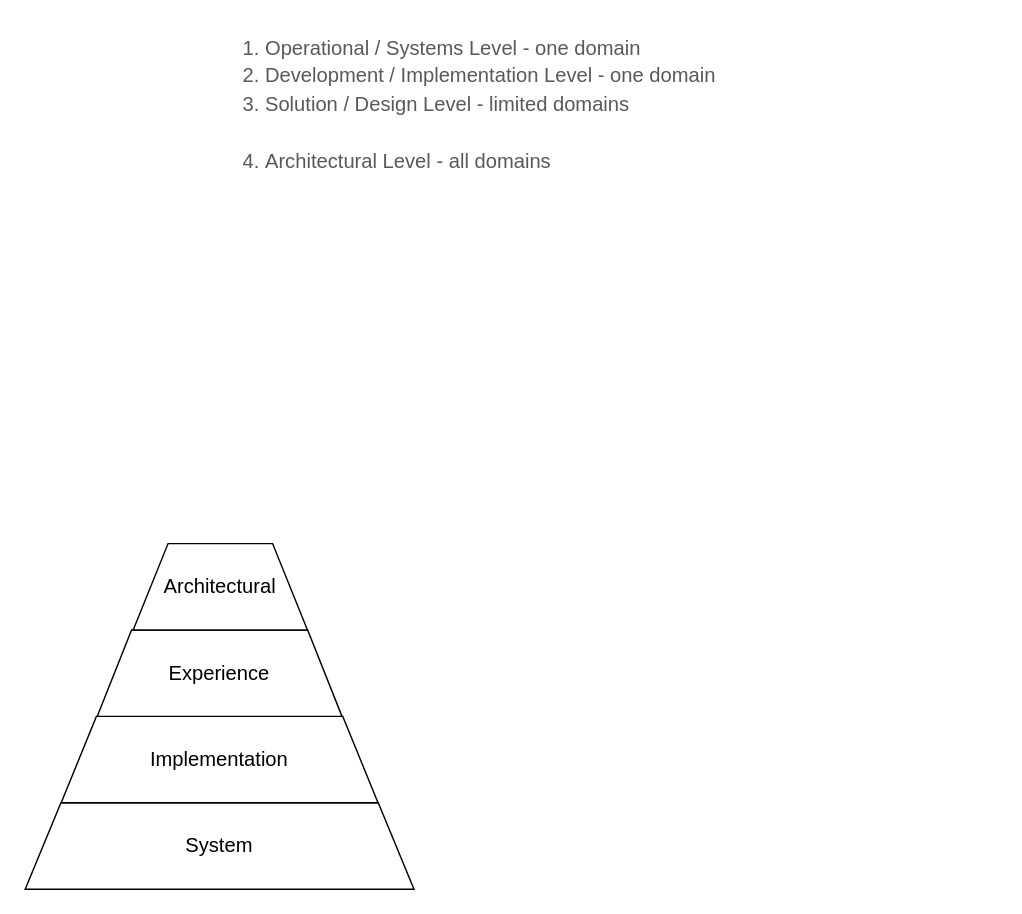
The draw.io diagram page "Architecture" (2 of 2) of _gxp/diagrams/GXP-Model-Layers.drawio in governance-foundation/governance.foundation, before the edit. Source tidied: cells renumbered, new cells numbered last; positions are measured from the earlier drawing's top-left corner, leaving out a move shared by most shapes. Both pictures are drawn from the tidied source at 144%, with x=0, y=0 at pixel (24, 24).
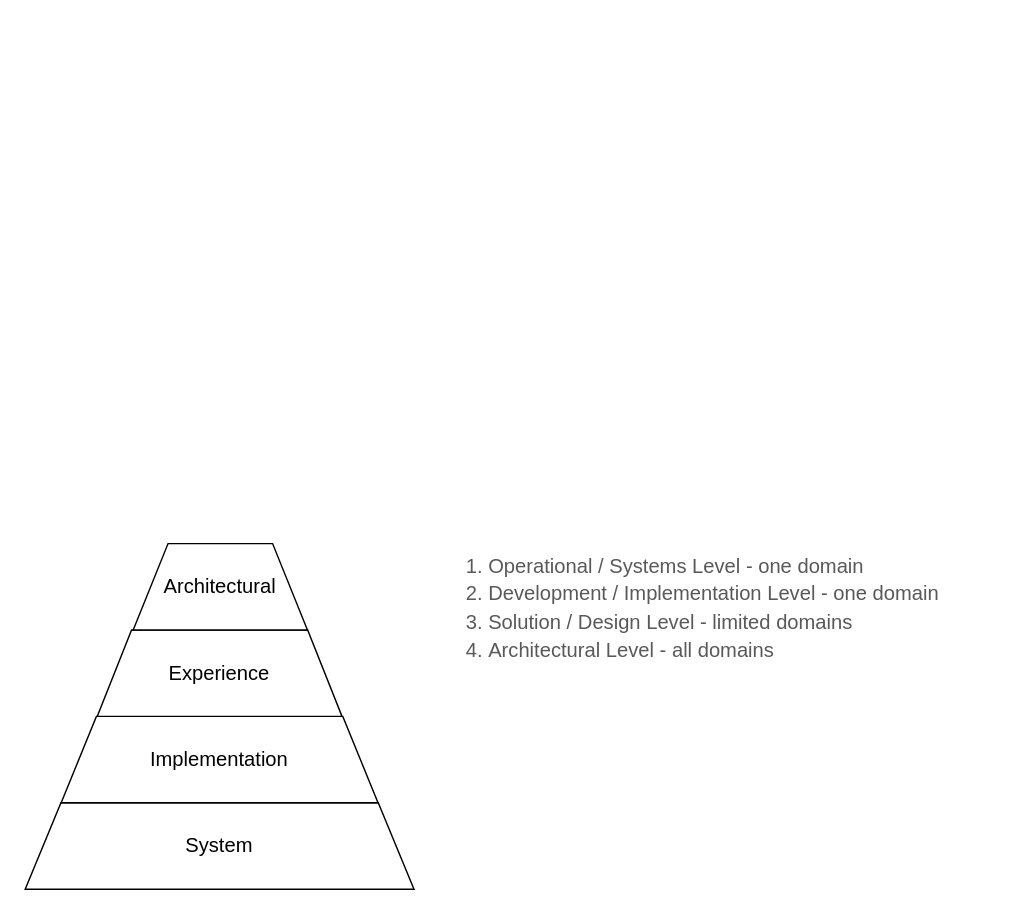
After the change.

Change to the diagram source:
```diff
@@
 <mxGraphModel>
   <root>
     <mxCell id="0" />
     <mxCell id="1" parent="0" />
-    <mxCell id="2" value="&lt;b style=&quot;font-weight: normal; font-size: 14px;&quot; id=&quot;docs-internal-guid-a7b98ace-7fff-68f6-052d-10581b2ae7f4&quot;&gt;&lt;ol style=&quot;margin-top: 0px; margin-bottom: 0px; font-size: 14px;&quot;&gt;&lt;li dir=&quot;ltr&quot; style=&quot;list-style-type: decimal; font-size: 14px; font-family: arial; color: rgb(89, 89, 89); background-color: transparent; font-weight: 400; font-style: normal; font-variant: normal; text-decoration: none; vertical-align: baseline;&quot;&gt;&lt;p dir=&quot;ltr&quot; style=&quot;line-height: 1.38; margin-top: 0pt; margin-bottom: 0pt; font-size: 14px;&quot;&gt;&lt;span style=&quot;font-size: 14px; font-family: arial; color: rgb(89, 89, 89); background-color: transparent; font-weight: 400; font-style: normal; font-variant: normal; text-decoration: none; vertical-align: baseline;&quot;&gt;Operational / Systems Level - one domain&lt;/span&gt;&lt;/p&gt;&lt;/li&gt;&lt;li dir=&quot;ltr&quot; style=&quot;list-style-type: decimal; font-size: 14px; font-family: arial; color: rgb(89, 89, 89); background-color: transparent; font-weight: 400; font-style: normal; font-variant: normal; text-decoration: none; vertical-align: baseline;&quot;&gt;&lt;p dir=&quot;ltr&quot; style=&quot;line-height: 1.38; margin-top: 0pt; margin-bottom: 0pt; font-size: 14px;&quot;&gt;&lt;span style=&quot;font-size: 14px; font-family: arial; color: rgb(89, 89, 89); background-color: transparent; font-weight: 400; font-style: normal; font-variant: normal; text-decoration: none; vertical-align: baseline;&quot;&gt;Development / Implementation Level - one domain&lt;/span&gt;&lt;/p&gt;&lt;/li&gt;&lt;li dir=&quot;ltr&quot; style=&quot;list-style-type: decimal; font-size: 14px; font-family: arial; color: rgb(89, 89, 89); background-color: transparent; font-weight: 400; font-style: normal; font-variant: normal; text-decoration: none; vertical-align: baseline;&quot;&gt;&lt;p dir=&quot;ltr&quot; style=&quot;line-height: 1.38; margin-top: 0pt; margin-bottom: 16pt; font-size: 14px;&quot;&gt;&lt;span style=&quot;font-size: 14px; font-family: arial; color: rgb(89, 89, 89); background-color: transparent; font-weight: 400; font-style: normal; font-variant: normal; text-decoration: none; vertical-align: baseline;&quot;&gt;Solution / Design Level - limited domains&lt;/span&gt;&lt;/p&gt;&lt;/li&gt;&lt;li dir=&quot;ltr&quot; style=&quot;list-style-type: decimal; font-size: 14px; font-family: arial; color: rgb(89, 89, 89); background-color: transparent; font-weight: 400; font-style: normal; font-variant: normal; text-decoration: none; vertical-align: baseline;&quot;&gt;&lt;p dir=&quot;ltr&quot; style=&quot;line-height: 1.38; margin-top: 0pt; margin-bottom: 0pt; font-size: 14px;&quot;&gt;&lt;span style=&quot;font-size: 14px; font-family: arial; color: rgb(89, 89, 89); background-color: transparent; font-weight: 400; font-style: normal; font-variant: normal; text-decoration: none; vertical-align: baseline;&quot;&gt;Architectural Level - all domains&lt;/span&gt;&lt;/p&gt;&lt;/li&gt;&lt;/ol&gt;&lt;/b&gt;" style="text;whiteSpace=wrap;html=1;fontSize=14;" parent="1" vertex="1">
-      <mxGeometry x="125" width="550" height="200" as="geometry" />
+    <mxCell id="2" value="&lt;b style=&quot;font-weight: normal ; font-size: 14px&quot; id=&quot;docs-internal-guid-a7b98ace-7fff-68f6-052d-10581b2ae7f4&quot;&gt;&lt;ol style=&quot;margin-top: 0px ; margin-bottom: 0px ; font-size: 14px&quot;&gt;&lt;li dir=&quot;ltr&quot; style=&quot;list-style-type: decimal ; font-size: 14px ; font-family: &amp;#34;arial&amp;#34; ; color: rgb(89 , 89 , 89) ; background-color: transparent ; font-weight: 400 ; font-style: normal ; font-variant: normal ; text-decoration: none ; vertical-align: baseline&quot;&gt;&lt;p dir=&quot;ltr&quot; style=&quot;line-height: 1.38 ; margin-top: 0pt ; margin-bottom: 0pt ; font-size: 14px&quot;&gt;&lt;span style=&quot;font-size: 14px ; font-family: &amp;#34;arial&amp;#34; ; color: rgb(89 , 89 , 89) ; background-color: transparent ; font-weight: 400 ; font-style: normal ; font-variant: normal ; text-decoration: none ; vertical-align: baseline&quot;&gt;Operational / Systems Level - one domain&lt;br&gt;&lt;/span&gt;&lt;/p&gt;&lt;/li&gt;&lt;li dir=&quot;ltr&quot; style=&quot;list-style-type: decimal ; font-size: 14px ; font-family: &amp;#34;arial&amp;#34; ; color: rgb(89 , 89 , 89) ; background-color: transparent ; font-weight: 400 ; font-style: normal ; font-variant: normal ; text-decoration: none ; vertical-align: baseline&quot;&gt;&lt;p dir=&quot;ltr&quot; style=&quot;line-height: 1.38 ; margin-top: 0pt ; margin-bottom: 0pt ; font-size: 14px&quot;&gt;Development / Implementation Level - one domain&lt;br&gt;&lt;/p&gt;&lt;/li&gt;&lt;li dir=&quot;ltr&quot; style=&quot;list-style-type: decimal ; font-size: 14px ; font-family: &amp;#34;arial&amp;#34; ; color: rgb(89 , 89 , 89) ; background-color: transparent ; font-weight: 400 ; font-style: normal ; font-variant: normal ; text-decoration: none ; vertical-align: baseline&quot;&gt;&lt;p dir=&quot;ltr&quot; style=&quot;line-height: 1.38 ; margin-top: 0pt ; margin-bottom: 0pt ; font-size: 14px&quot;&gt;Solution / Design Level - limited domains&lt;br&gt;&lt;/p&gt;&lt;/li&gt;&lt;li dir=&quot;ltr&quot; style=&quot;list-style-type: decimal ; font-size: 14px ; font-family: &amp;#34;arial&amp;#34; ; color: rgb(89 , 89 , 89) ; background-color: transparent ; font-weight: 400 ; font-style: normal ; font-variant: normal ; text-decoration: none ; vertical-align: baseline&quot;&gt;&lt;p dir=&quot;ltr&quot; style=&quot;line-height: 1.38 ; margin-top: 0pt ; margin-bottom: 16pt ; font-size: 14px&quot;&gt;Architectural Level - all domains&lt;/p&gt;&lt;/li&gt;&lt;/ol&gt;&lt;/b&gt;" style="text;whiteSpace=wrap;html=1;fontSize=14;" parent="1" vertex="1">
+      <mxGeometry x="280" y="360" width="385" height="230" as="geometry" />
     </mxCell>
     <mxCell id="3" value="System" style="shape=trapezoid;perimeter=trapezoidPerimeter;whiteSpace=wrap;html=1;fontSize=14;size=0.09195402298850575;" parent="1" vertex="1">
       <mxGeometry y="540" width="270" height="60" as="geometry" />
     </mxCell>
     <mxCell id="4" value="Implementation" style="shape=trapezoid;perimeter=trapezoidPerimeter;whiteSpace=wrap;html=1;fontSize=14;size=0.1111111111111111;" parent="1" vertex="1">
       <mxGeometry x="25" y="480" width="220" height="60" as="geometry" />
     </mxCell>
     <mxCell id="5" value="Experience" style="shape=trapezoid;perimeter=trapezoidPerimeter;whiteSpace=wrap;html=1;fontSize=14;size=0.14035087719298245;" parent="1" vertex="1">
       <mxGeometry x="50" y="420" width="170" height="60" as="geometry" />
     </mxCell>
     <mxCell id="6" value="Architectural" style="shape=trapezoid;perimeter=trapezoidPerimeter;whiteSpace=wrap;html=1;fontSize=14;" parent="1" vertex="1">
       <mxGeometry x="75" y="360" width="121" height="60" as="geometry" />
     </mxCell>
   </root>
 </mxGraphModel>
```
